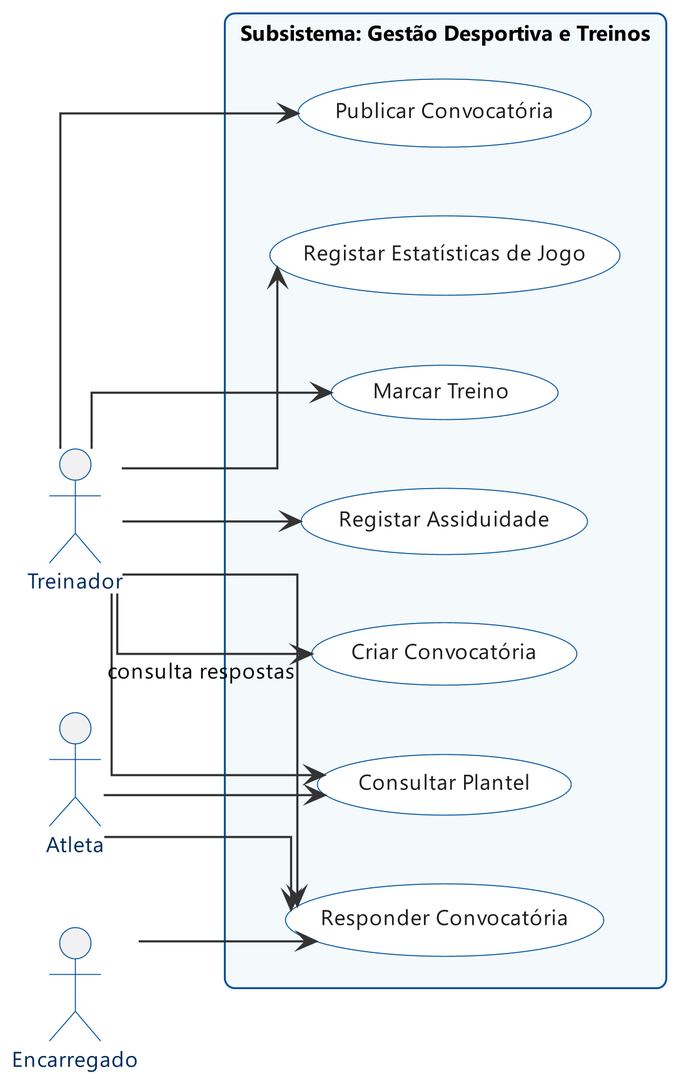
Before: Relatorio/images/casos_uso_desportiva.png, a diagram exported from PlantUML (MartiGames8899/LI4). Source of this version:
```plantuml
@startuml casos_uso_desportiva
!include _cap_skin.puml
left to right direction

actor "Treinador" as Coach
actor "Encarregado" as Parent
actor "Atleta" as Athlete

rectangle "Subsistema: Gestão Desportiva e Treinos" {
    usecase "Consultar Plantel" as UC_ManageSquad
    usecase "Marcar Treino" as UC_ScheduleTraining
    usecase "Registar Assiduidade" as UC_TrackAttendance
    usecase "Criar Convocatória" as UC_CreateCallout
    usecase "Publicar Convocatória" as UC_PublishCallout
    usecase "Responder Convocatória" as UC_RespondCallout
    usecase "Registar Estatísticas de Jogo" as UC_LogGameStats
}

Coach --> UC_ManageSquad
Coach --> UC_ScheduleTraining
Coach --> UC_TrackAttendance
Coach --> UC_CreateCallout
Coach --> UC_PublishCallout
Coach --> UC_LogGameStats

Athlete --> UC_RespondCallout
Parent --> UC_RespondCallout

Athlete --> UC_ManageSquad
Coach --> UC_RespondCallout : consulta respostas

@enduml
```
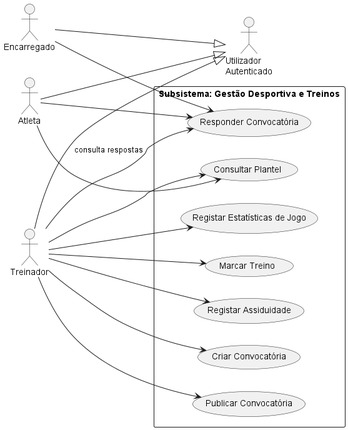
After the change.

The edit, as a diff of the source:
```diff
@@ -1,10 +1,15 @@
-@startuml casos_uso_desportiva
-!include _cap_skin.puml
+@startuml
+
 left to right direction
 
+actor "Utilizador\nAutenticado" as User
+actor "Atleta" as Athlete
+actor "Encarregado" as Parent
 actor "Treinador" as Coach
-actor "Encarregado" as Parent
-actor "Atleta" as Athlete
+
+Athlete --|> User
+Parent --|> User
+Coach --|> User
 
 rectangle "Subsistema: Gestão Desportiva e Treinos" {
     usecase "Consultar Plantel" as UC_ManageSquad
```
